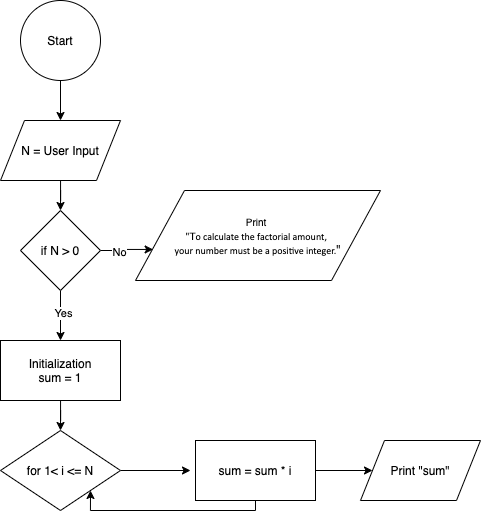
Earlier version of the draw.io export Factorial Calculator.png (faridvahedi/Flowcharts). Source tidied: cells renumbered, new cells last; positions are measured from the earlier drawing's top-left corner, leaving out a move shared by most shapes.
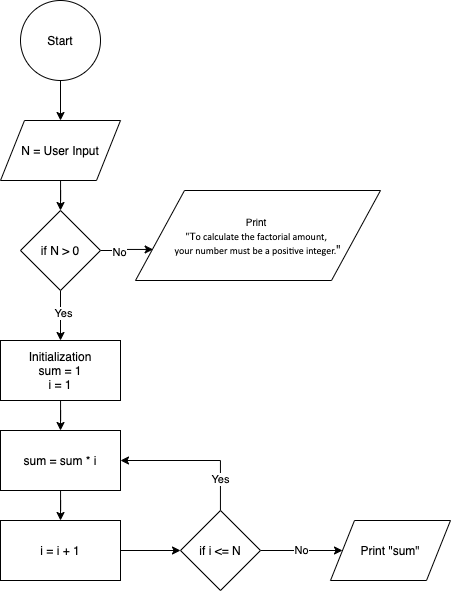
Above is the later version.

Commit message:
Factorial Calculator - 2nd version.png

Change to the diagram source:
```diff
@@ -36,36 +36,46 @@
     <mxCell id="11" value="&lt;font style=&quot;font-size: 10px&quot;&gt;Print &lt;br&gt;&quot;T&lt;span style=&quot;font-family: &amp;#34;calibri&amp;#34; , sans-serif&quot;&gt;o calculate the factorial amount, &lt;br&gt;your number must be a positive integer.&lt;/span&gt;&lt;/font&gt;&quot;" style="shape=parallelogram;perimeter=parallelogramPerimeter;whiteSpace=wrap;html=1;" parent="1" vertex="1">
       <mxGeometry x="135" y="190" width="245" height="90" as="geometry" />
     </mxCell>
-    <mxCell id="12" style="edgeStyle=orthogonalEdgeStyle;rounded=0;jettySize=auto;html=1;entryX=0.5;entryY=0;entryDx=0;entryDy=0;" parent="1" edge="1" source="13" target="15">
-      <mxGeometry relative="1" as="geometry" />
+    <mxCell id="12" style="edgeStyle=orthogonalEdgeStyle;rounded=0;jettySize=auto;html=1;entryX=0.5;entryY=0;entryDx=0;entryDy=0;" parent="1" edge="1" source="13">
+      <mxGeometry relative="1" as="geometry">
+        <mxPoint x="60" y="430" as="targetPoint" />
+      </mxGeometry>
     </mxCell>
-    <mxCell id="13" value="Initialization&lt;br&gt;sum = 1" style="rounded=0;whiteSpace=wrap;html=1;" parent="1" vertex="1">
+    <mxCell id="13" value="Initialization&lt;br&gt;sum = 1&lt;br&gt;i = 1" style="rounded=0;whiteSpace=wrap;html=1;" parent="1" vertex="1">
       <mxGeometry y="340" width="120" height="60" as="geometry" />
     </mxCell>
-    <mxCell id="14" style="edgeStyle=orthogonalEdgeStyle;rounded=0;jettySize=auto;html=1;" parent="1" edge="1" source="15">
-      <mxGeometry relative="1" as="geometry">
-        <mxPoint x="190" y="470" as="targetPoint" />
-      </mxGeometry>
-    </mxCell>
-    <mxCell id="15" value="for 1&amp;lt; i &amp;lt;= N" style="rhombus;whiteSpace=wrap;html=1;" parent="1" vertex="1">
-      <mxGeometry y="430" width="120" height="80" as="geometry" />
-    </mxCell>
-    <mxCell id="16" style="edgeStyle=orthogonalEdgeStyle;rounded=0;jettySize=auto;html=1;entryX=1;entryY=1;entryDx=0;entryDy=0;" parent="1" edge="1" source="18" target="15">
-      <mxGeometry relative="1" as="geometry">
-        <Array as="points">
-          <mxPoint x="255" y="510" />
-          <mxPoint x="90" y="510" />
-        </Array>
-      </mxGeometry>
-    </mxCell>
-    <mxCell id="17" style="edgeStyle=orthogonalEdgeStyle;rounded=0;jettySize=auto;html=1;entryX=0;entryY=0.5;entryDx=0;entryDy=0;" parent="1" edge="1" source="18" target="19">
-      <mxGeometry relative="1" as="geometry" />
-    </mxCell>
+    <mxCell id="20" style="edgeStyle=orthogonalEdgeStyle;rounded=0;jettySize=auto;html=1;" parent="1" edge="1" source="18">
+      <mxGeometry relative="1" as="geometry">
+        <mxPoint x="60" y="520" as="targetPoint" />
+      </mxGeometry>
+    </mxCell>
     <mxCell id="18" value="sum = sum * i" style="rounded=0;whiteSpace=wrap;html=1;" parent="1" vertex="1">
-      <mxGeometry x="195" y="440" width="120" height="60" as="geometry" />
+      <mxGeometry y="430" width="120" height="60" as="geometry" />
     </mxCell>
+    <mxCell id="21" style="edgeStyle=orthogonalEdgeStyle;rounded=0;jettySize=auto;html=1;" parent="1" edge="1" source="22">
+      <mxGeometry relative="1" as="geometry">
+        <mxPoint x="180" y="550" as="targetPoint" />
+      </mxGeometry>
+    </mxCell>
+    <mxCell id="22" value="i = i + 1" style="rounded=0;whiteSpace=wrap;html=1;" parent="1" vertex="1">
+      <mxGeometry y="520" width="120" height="60" as="geometry" />
+    </mxCell>
+    <mxCell id="23" value="Yes" style="edgeStyle=orthogonalEdgeStyle;rounded=0;jettySize=auto;html=1;entryX=1;entryY=0.5;entryDx=0;entryDy=0;" parent="1" edge="1" source="25" target="18">
+      <mxGeometry x="-0.57" relative="1" as="geometry">
+        <Array as="points">
+          <mxPoint x="220" y="460" />
+        </Array>
+        <mxPoint y="1" as="offset" />
+      </mxGeometry>
+    </mxCell>
+    <mxCell id="24" value="No" style="edgeStyle=orthogonalEdgeStyle;rounded=0;jettySize=auto;html=1;entryX=0;entryY=0.5;entryDx=0;entryDy=0;" parent="1" edge="1" source="25" target="19">
+      <mxGeometry relative="1" as="geometry" />
+    </mxCell>
+    <mxCell id="25" value="if i &amp;lt;= N" style="rhombus;whiteSpace=wrap;html=1;" parent="1" vertex="1">
+      <mxGeometry x="180" y="510" width="80" height="80" as="geometry" />
+    </mxCell>
     <mxCell id="19" value="Print &quot;sum&quot;" style="shape=parallelogram;perimeter=parallelogramPerimeter;whiteSpace=wrap;html=1;" parent="1" vertex="1">
-      <mxGeometry x="360" y="440" width="120" height="60" as="geometry" />
+      <mxGeometry x="330" y="520" width="120" height="60" as="geometry" />
     </mxCell>
   </root>
 </mxGraphModel>
```
